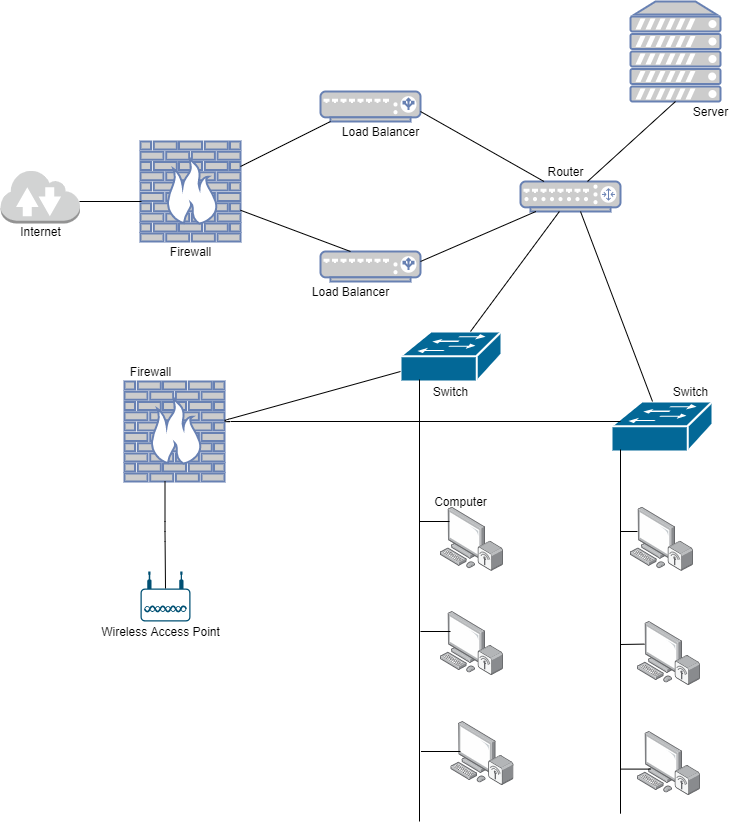
Before: diagrams/Network Diagram.png, a diagram exported from draw.io (senamegregh/CyberSecurity_Project). Source tidied: cells renumbered, new cells last; positions are measured from the earlier drawing's top-left corner, leaving out a move shared by most shapes.
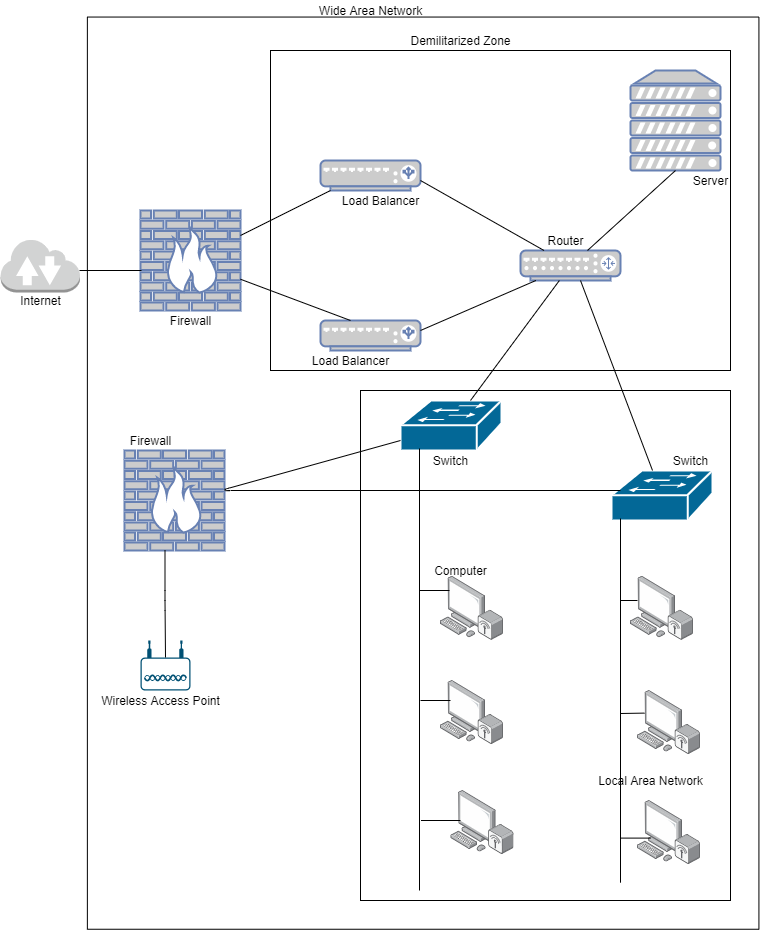
Later version of the same file.

The edit, as a diff of the source:
```diff
@@ -2,6 +2,15 @@
   <root>
     <mxCell id="0" />
     <mxCell id="1" parent="0" />
+    <mxCell id="47" style="rounded=0;whiteSpace=wrap;html=1;rotation=-90;" parent="1" vertex="1">
+      <mxGeometry x="-33.5" y="66.9" width="912.2" height="671.5" as="geometry" />
+    </mxCell>
+    <mxCell id="48" style="rounded=0;whiteSpace=wrap;html=1;" parent="1" vertex="1">
+      <mxGeometry x="360" y="320" width="370" height="510" as="geometry" />
+    </mxCell>
+    <mxCell id="49" style="rounded=0;whiteSpace=wrap;html=1;" parent="1" vertex="1">
+      <mxGeometry x="270" y="-20" width="460" height="320" as="geometry" />
+    </mxCell>
     <mxCell id="2" style="dashed=0;verticalLabelPosition=bottom;verticalAlign=top;align=center;html=1;shape=mxgraph.aws3.internet_2;fillColor=#D2D3D3;gradientColor=none;" parent="1" vertex="1">
       <mxGeometry y="168" width="79.5" height="54" as="geometry" />
     </mxCell>
@@ -186,5 +195,14 @@
     <mxCell id="46" value="Computer" style="text;html=1;align=center;verticalAlign=middle;strokeColor=none;" parent="1" vertex="1">
       <mxGeometry x="425" y="490" width="70" height="20" as="geometry" />
     </mxCell>
+    <mxCell id="50" value="Wide Area Network" style="text;html=1;align=center;verticalAlign=middle;strokeColor=none;" parent="1" vertex="1">
+      <mxGeometry x="310" y="-70" width="120" height="20" as="geometry" />
+    </mxCell>
+    <mxCell id="51" value="Demilitarized Zone" style="text;html=1;align=center;verticalAlign=middle;strokeColor=none;" parent="1" vertex="1">
+      <mxGeometry x="400" y="-40" width="120" height="20" as="geometry" />
+    </mxCell>
+    <mxCell id="52" value="Local Area Network" style="text;html=1;align=center;verticalAlign=middle;strokeColor=none;" parent="1" vertex="1">
+      <mxGeometry x="590" y="700" width="120" height="20" as="geometry" />
+    </mxCell>
   </root>
 </mxGraphModel>
```
